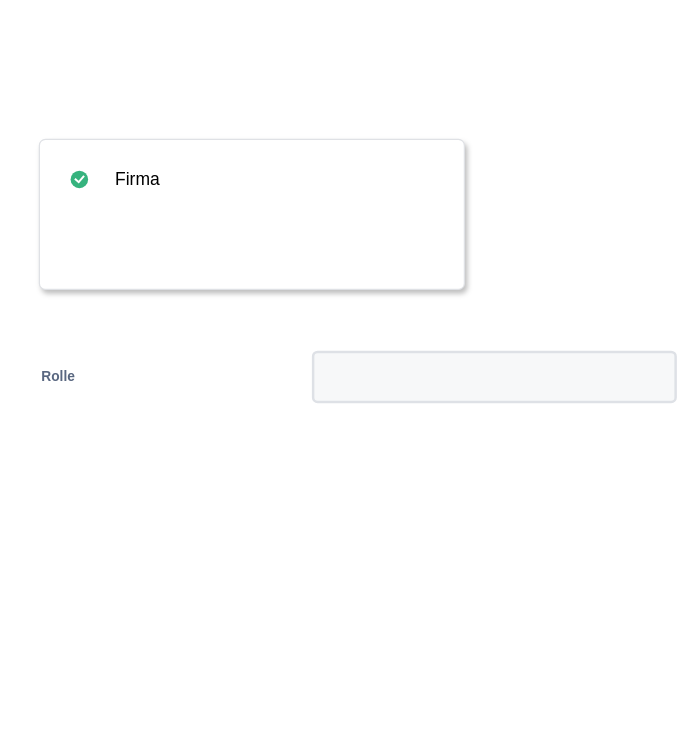
This is page "Registrierung Firma" (3 of 6) of Masken Berechtigungen und Regsistrierung.drawio from mats68/next-gen-diagramm, a draw.io file, before an edit. Source tidied: cells renumbered, new cells numbered last; positions are measured from the earlier drawing's top-left corner, leaving out a move shared by most shapes. Both pictures are drawn from the tidied source at 125%, with x=0, y=0 at pixel (39, 139).
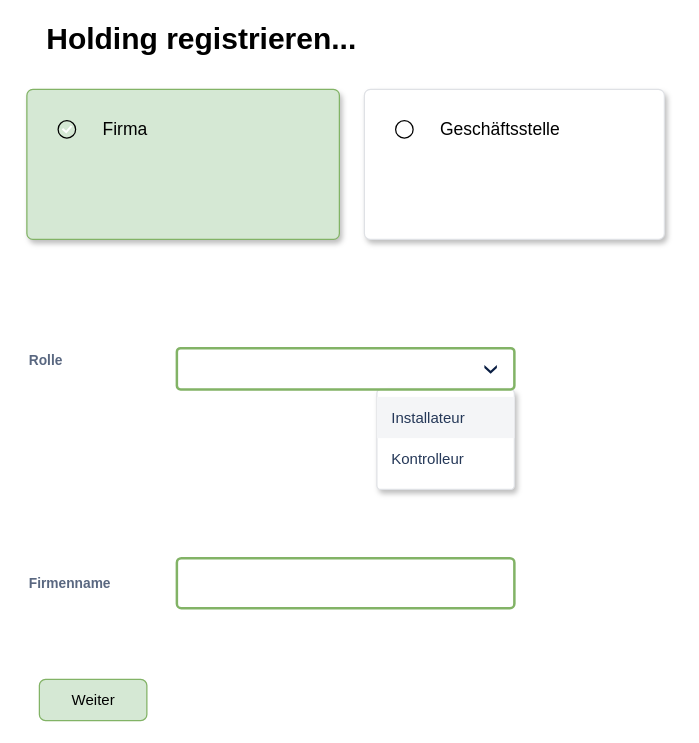
The same page after the edit.

The edit, as a diff of the source:
```diff
@@
 <mxGraphModel>
   <root>
     <mxCell id="0" />
     <mxCell id="1" parent="0" />
-    <mxCell id="2" style="rounded=1;fillColor=#ffffff;strokeColor=#DFE1E5;shadow=1;html=1;arcSize=4;" parent="1" vertex="1">
-      <mxGeometry width="340" height="120" as="geometry" />
+    <mxCell id="2" style="rounded=1;fillColor=#d5e8d4;strokeColor=#82b366;shadow=1;html=1;arcSize=4;" parent="1" vertex="1">
+      <mxGeometry x="-10" y="-40" width="250" height="120" as="geometry" />
     </mxCell>
-    <mxCell id="3" value="Firma" style="html=1;shadow=0;dashed=0;shape=mxgraph.atlassian.checkbox;fillColor=#36B37E;strokeColor=none;html=1;fontSize=14;fontStyle=0;labelPosition=right;align=left;spacingLeft=20;" parent="2" vertex="1">
+    <mxCell id="3" value="Firma" style="html=1;shadow=0;dashed=0;shape=mxgraph.atlassian.checkbox;html=1;fontSize=14;fontStyle=0;labelPosition=right;align=left;spacingLeft=20;fillColor=none;" parent="2" vertex="1">
       <mxGeometry width="14" height="14" relative="1" as="geometry">
         <mxPoint x="25" y="25" as="offset" />
       </mxGeometry>
     </mxCell>
     <mxCell id="4" value="Rolle" style="fillColor=none;strokeColor=none;html=1;fontSize=11;fontStyle=0;align=left;fontColor=#596780;fontStyle=1;fontSize=11;" parent="1" vertex="1">
-      <mxGeometry y="180" width="240" height="20" as="geometry" />
+      <mxGeometry x="-10" y="167" width="240" height="20" as="geometry" />
     </mxCell>
-    <mxCell id="5" style="rounded=1;arcSize=9;fillColor=#F7F8F9;align=left;spacingLeft=5;strokeColor=#DEE1E6;html=1;strokeWidth=2;fontSize=12;" parent="1" vertex="1">
-      <mxGeometry x="219" y="170" width="290" height="40" as="geometry" />
-    </mxCell>
+    <mxCell id="6" style="rounded=1;fillColor=#ffffff;strokeColor=#DFE1E5;shadow=1;html=1;arcSize=4;" parent="1" vertex="1">
+      <mxGeometry x="270" y="200" width="110" height="80" as="geometry" />
+    </mxCell>
+    <mxCell id="7" value="Installateur" style="rounded=0;fillColor=#F4F5F7;strokeColor=none;shadow=0;html=1;align=left;fontSize=12;spacingLeft=10;fontColor=#253858;" parent="6" vertex="1">
+      <mxGeometry width="110" height="33" relative="1" as="geometry">
+        <mxPoint y="6" as="offset" />
+      </mxGeometry>
+    </mxCell>
+    <mxCell id="8" value="Kontrolleur" style="rounded=0;fillColor=none;strokeColor=none;shadow=0;html=1;align=left;fontSize=12;spacingLeft=10;fontColor=#253858;" parent="6" vertex="1">
+      <mxGeometry width="110" height="33" relative="1" as="geometry">
+        <mxPoint y="39" as="offset" />
+      </mxGeometry>
+    </mxCell>
+    <mxCell id="9" style="rounded=1;arcSize=9;strokeColor=#82b366;html=1;strokeWidth=2;spacingLeft=30;align=left;fillColor=none;" parent="1" vertex="1">
+      <mxGeometry x="110" y="167" width="270" height="33" as="geometry" />
+    </mxCell>
+    <mxCell id="10" style="shape=step;whiteSpace=wrap;html=1;rounded=0;strokeColor=none;strokeWidth=2;fillColor=#0A1E43;gradientColor=none;fontFamily=Verdana;fontSize=14;fontColor=#000000;align=left;direction=south;size=0.65;" parent="9" vertex="1">
+      <mxGeometry x="1" y="0.5" width="10" height="7" relative="1" as="geometry">
+        <mxPoint x="-24" y="-3" as="offset" />
+      </mxGeometry>
+    </mxCell>
+    <mxCell id="11" value="Firmenname" style="fillColor=none;strokeColor=none;html=1;fontSize=11;fontStyle=0;align=left;fontColor=#596780;fontStyle=1;fontSize=11;" parent="1" vertex="1">
+      <mxGeometry x="-10" y="345" width="240" height="20" as="geometry" />
+    </mxCell>
+    <mxCell id="12" style="rounded=1;arcSize=9;align=left;spacingLeft=5;strokeColor=#82b366;html=1;strokeWidth=2;fontSize=12;fillColor=none;" parent="1" vertex="1">
+      <mxGeometry x="110" y="335" width="270" height="40" as="geometry" />
+    </mxCell>
+    <mxCell id="13" value="Weiter" style="rounded=1;fillColor=#d5e8d4;align=center;strokeColor=#82b366;html=1;fontSize=12;" parent="1" vertex="1">
+      <mxGeometry y="432" width="86" height="33" as="geometry" />
+    </mxCell>
+    <mxCell id="14" style="rounded=1;fillColor=#ffffff;strokeColor=#DFE1E5;shadow=1;html=1;arcSize=4;" parent="1" vertex="1">
+      <mxGeometry x="260" y="-40" width="240" height="120" as="geometry" />
+    </mxCell>
+    <mxCell id="15" value="Geschäftsstelle" style="html=1;shadow=0;dashed=0;shape=mxgraph.atlassian.checkbox;html=1;fontSize=14;fontStyle=0;labelPosition=right;align=left;spacingLeft=20;fillColor=none;" parent="14" vertex="1">
+      <mxGeometry width="14" height="14" relative="1" as="geometry">
+        <mxPoint x="25" y="25" as="offset" />
+      </mxGeometry>
+    </mxCell>
+    <mxCell id="16" value="Holding registrieren..." style="text;html=1;strokeColor=none;fillColor=none;align=center;verticalAlign=middle;whiteSpace=wrap;rounded=0;fontStyle=1;fontSize=24;" parent="1" vertex="1">
+      <mxGeometry x="-10" y="-90" width="280" height="20" as="geometry" />
+    </mxCell>
   </root>
 </mxGraphModel>
```
